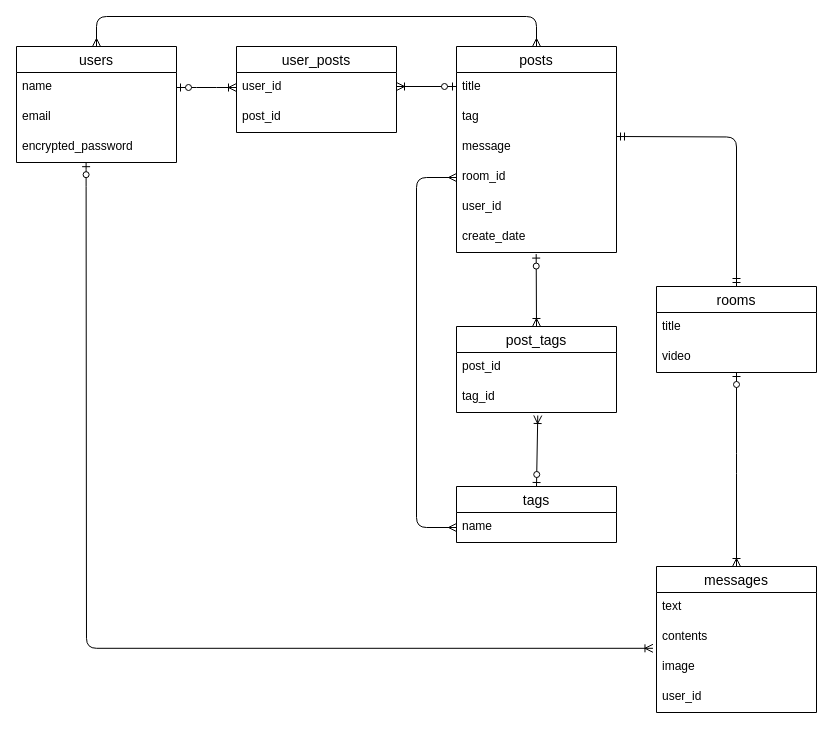
This is db.dio from hagihara-eisuke02/CommuT-35544, a draw.io file, before an edit. Source tidied: cells renumbered, new cells numbered last; positions are measured from the earlier drawing's top-left corner, leaving out a move shared by most shapes. Both pictures are drawn from the tidied source at 100%, with x=0, y=0 at pixel (16, 16).
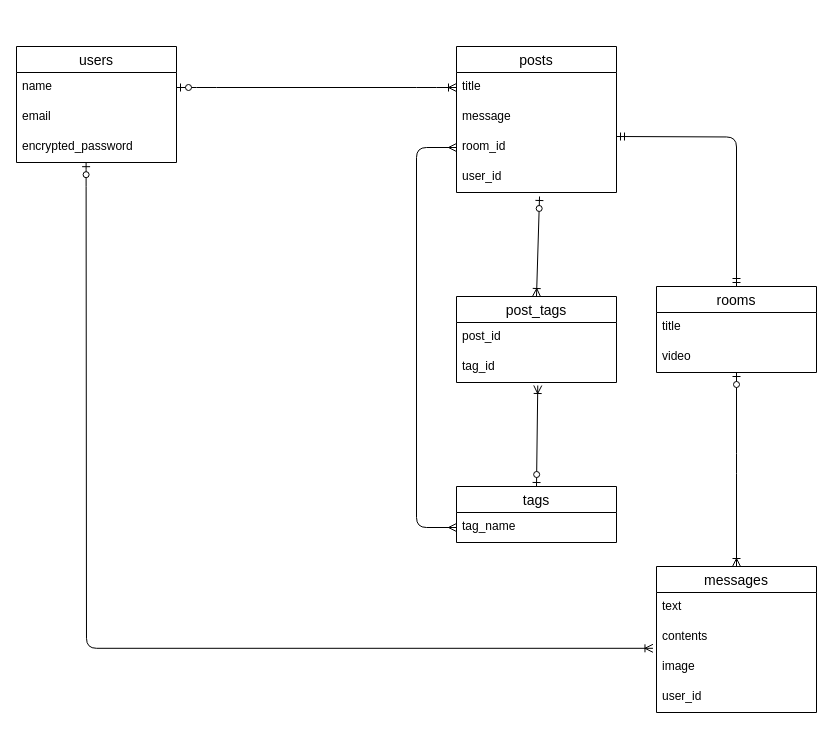
The same page after the edit.

The change refers to these unchanged cells:
```xml
<mxCell id="2" value="tags" style="swimlane;fontStyle=0;horizontal=1;startSize=26;align=center;fontSize=14;" parent="1" vertex="1">
  <mxGeometry x="440" y="470" width="160" height="56" as="geometry" />
</mxCell>
<mxCell id="8" value="title" style="text;strokeColor=none;fillColor=none;spacingLeft=4;spacingRight=4;overflow=hidden;points=[[0,0.5],[1,0.5]];portConstraint=eastwest;fontSize=12;" parent="7" vertex="1">
  <mxGeometry y="26" width="160" height="30" as="geometry" />
</mxCell>
<mxCell id="15" value="users" style="swimlane;fontStyle=0;horizontal=1;startSize=26;align=center;fontSize=14;" parent="1" vertex="1">
  <mxGeometry y="30" width="160" height="116" as="geometry" />
</mxCell>
<mxCell id="16" value="name" style="text;strokeColor=none;fillColor=none;spacingLeft=4;spacingRight=4;overflow=hidden;points=[[0,0.5],[1,0.5]];portConstraint=eastwest;fontSize=12;" parent="15" vertex="1">
  <mxGeometry y="26" width="160" height="30" as="geometry" />
</mxCell>
```

What changed in the source:
```diff
@@
-    <mxCell id="3" value="name" style="text;strokeColor=none;fillColor=none;spacingLeft=4;spacingRight=4;overflow=hidden;points=[[0,0.5],[1,0.5]];portConstraint=eastwest;fontSize=12;" parent="2" vertex="1">
+    <mxCell id="3" value="tag_name" style="text;strokeColor=none;fillColor=none;spacingLeft=4;spacingRight=4;overflow=hidden;points=[[0,0.5],[1,0.5]];portConstraint=eastwest;fontSize=12;" parent="2" vertex="1">
       <mxGeometry y="26" width="160" height="30" as="geometry" />
     </mxCell>
@@
     <mxCell id="7" value="posts" style="swimlane;fontStyle=0;horizontal=1;startSize=26;align=center;fontSize=14;" parent="1" vertex="1">
-      <mxGeometry x="440" y="30" width="160" height="206" as="geometry" />
+      <mxGeometry x="440" y="30" width="160" height="146" as="geometry" />
     </mxCell>
@@
-    <mxCell id="9" value="tag" style="text;strokeColor=none;fillColor=none;spacingLeft=4;spacingRight=4;overflow=hidden;points=[[0,0.5],[1,0.5]];portConstraint=eastwest;fontSize=12;" parent="7" vertex="1">
-      <mxGeometry y="56" width="160" height="30" as="geometry" />
-    </mxCell>
     <mxCell id="10" value="message" style="text;strokeColor=none;fillColor=none;spacingLeft=4;spacingRight=4;overflow=hidden;fontSize=12;" parent="7" vertex="1">
-      <mxGeometry y="86" width="160" height="30" as="geometry" />
+      <mxGeometry y="56" width="160" height="30" as="geometry" />
     </mxCell>
     <mxCell id="11" value="room_id" style="text;strokeColor=none;fillColor=none;spacingLeft=4;spacingRight=4;overflow=hidden;points=[[0,0.5],[1,0.5]];portConstraint=eastwest;fontSize=12;" parent="7" vertex="1">
-      <mxGeometry y="116" width="160" height="30" as="geometry" />
+      <mxGeometry y="86" width="160" height="30" as="geometry" />
     </mxCell>
     <mxCell id="12" value="user_id" style="text;strokeColor=none;fillColor=none;spacingLeft=4;spacingRight=4;overflow=hidden;points=[[0,0.5],[1,0.5]];portConstraint=eastwest;fontSize=12;" parent="7" vertex="1">
-      <mxGeometry y="146" width="160" height="30" as="geometry" />
+      <mxGeometry y="116" width="160" height="30" as="geometry" />
     </mxCell>
-    <mxCell id="13" style="edgeStyle=orthogonalEdgeStyle;rounded=0;orthogonalLoop=1;jettySize=auto;html=1;exitX=1;exitY=0.5;exitDx=0;exitDy=0;" parent="7" edge="1" source="9" target="9">
-      <mxGeometry relative="1" as="geometry" />
+    <mxCell id="13" style="edgeStyle=orthogonalEdgeStyle;rounded=0;orthogonalLoop=1;jettySize=auto;html=1;exitX=1;exitY=0.5;exitDx=0;exitDy=0;" parent="7" edge="1">
+      <mxGeometry relative="1" as="geometry">
+        <mxPoint x="160" y="71" as="sourcePoint" />
+        <mxPoint x="160" y="71" as="targetPoint" />
+      </mxGeometry>
     </mxCell>
-    <mxCell id="14" value="create_date" style="text;strokeColor=none;fillColor=none;spacingLeft=4;spacingRight=4;overflow=hidden;points=[[0,0.5],[1,0.5]];portConstraint=eastwest;fontSize=12;" parent="7" vertex="1">
-      <mxGeometry y="176" width="160" height="30" as="geometry" />
-    </mxCell>
@@
-    <mxCell id="19" style="edgeStyle=entityRelationEdgeStyle;fontSize=12;html=1;endArrow=ERoneToMany;startArrow=ERzeroToOne;entryX=0;entryY=0.5;entryDx=0;entryDy=0;exitX=1;exitY=0.5;exitDx=0;exitDy=0;" parent="1" edge="1" source="16" target="35">
+    <mxCell id="19" style="edgeStyle=entityRelationEdgeStyle;fontSize=12;html=1;endArrow=ERoneToMany;startArrow=ERzeroToOne;entryX=0;entryY=0.5;entryDx=0;entryDy=0;exitX=1;exitY=0.5;exitDx=0;exitDy=0;" parent="1" edge="1" source="16" target="8">
       <mxGeometry relative="1" as="geometry" />
     </mxCell>
     <mxCell id="20" value="post_tags" style="swimlane;fontStyle=0;horizontal=1;startSize=26;align=center;fontSize=14;" parent="1" vertex="1">
-      <mxGeometry x="440" y="310" width="160" height="86" as="geometry" />
+      <mxGeometry x="440" y="280" width="160" height="86" as="geometry" />
     </mxCell>
@@
-    <mxCell id="23" style="fontSize=12;html=1;endArrow=ERoneToMany;startArrow=ERzeroToOne;entryX=0.5;entryY=0;entryDx=0;entryDy=0;exitX=0.498;exitY=1.053;exitDx=0;exitDy=0;exitPerimeter=0;" parent="1" edge="1" source="14" target="20">
+    <mxCell id="23" style="fontSize=12;html=1;endArrow=ERoneToMany;startArrow=ERzeroToOne;entryX=0.5;entryY=0;entryDx=0;entryDy=0;exitX=0.519;exitY=1.133;exitDx=0;exitDy=0;exitPerimeter=0;" parent="1" edge="1" source="12" target="20">
       <mxGeometry relative="1" as="geometry" />
     </mxCell>
@@
-    <mxCell id="34" value="user_posts" style="swimlane;fontStyle=0;horizontal=1;startSize=26;align=center;fontSize=14;" parent="1" vertex="1">
-      <mxGeometry x="220" y="30" width="160" height="86" as="geometry" />
-    </mxCell>
-    <mxCell id="35" value="user_id" style="text;strokeColor=none;fillColor=none;spacingLeft=4;spacingRight=4;overflow=hidden;points=[[0,0.5],[1,0.5]];portConstraint=eastwest;fontSize=12;" parent="34" vertex="1">
-      <mxGeometry y="26" width="160" height="30" as="geometry" />
-    </mxCell>
-    <mxCell id="36" value="post_id" style="text;strokeColor=none;fillColor=none;spacingLeft=4;spacingRight=4;overflow=hidden;fontSize=12;" parent="34" vertex="1">
-      <mxGeometry y="56" width="160" height="30" as="geometry" />
-    </mxCell>
-    <mxCell id="37" style="edgeStyle=orthogonalEdgeStyle;fontSize=12;html=1;endArrow=ERoneToMany;startArrow=ERzeroToOne;" parent="1" edge="1">
-      <mxGeometry relative="1" as="geometry">
-        <mxPoint x="440" y="70" as="sourcePoint" />
-        <mxPoint x="380" y="70" as="targetPoint" />
-      </mxGeometry>
-    </mxCell>
-    <mxCell id="38" style="edgeStyle=orthogonalEdgeStyle;fontSize=12;html=1;endArrow=ERmany;startArrow=ERmany;entryX=0.5;entryY=0;entryDx=0;entryDy=0;exitX=0.5;exitY=0;exitDx=0;exitDy=0;" parent="1" edge="1" source="15" target="7">
-      <mxGeometry relative="1" as="geometry">
-        <Array as="points">
-          <mxPoint x="80" />
-          <mxPoint x="520" />
-        </Array>
-      </mxGeometry>
-    </mxCell>
```
